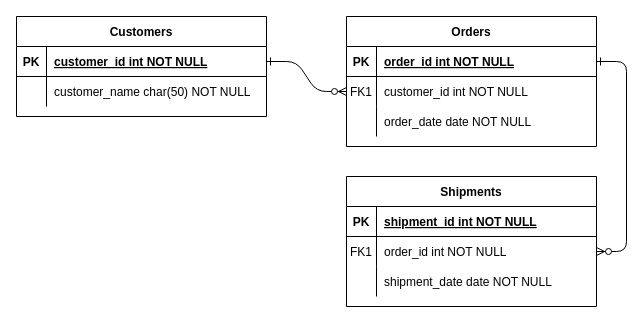
The draw.io diagram ER.drawio in Estadias-Fracc/ER, before the edit. Source tidied: cells renumbered, new cells numbered last; positions are measured from the earlier drawing's top-left corner, leaving out a move shared by most shapes. Both pictures are drawn from the tidied source at 100%, with x=0, y=0 at pixel (16, 16).
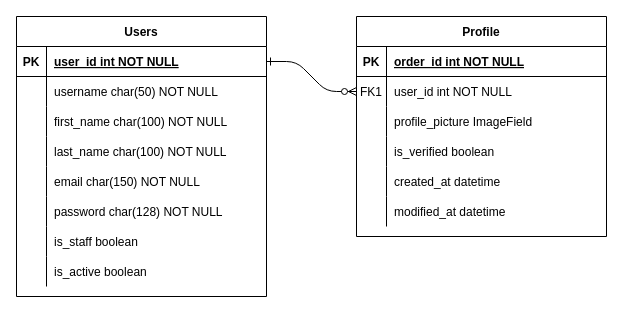
Above is the later version.

Unchanged cells that the change refers to:
```xml
<mxCell id="5" style="shape=partialRectangle;fillColor=none;points=[[0,0.5],[1,0.5]];portConstraint=eastwest;top=0;left=0;right=0;bottom=1;" parent="4" vertex="1">
  <mxGeometry y="30" width="250" height="30" as="geometry" />
</mxCell>
<mxCell id="8" style="shape=partialRectangle;fillColor=none;points=[[0,0.5],[1,0.5]];portConstraint=eastwest;top=0;left=0;right=0;bottom=0;" parent="4" vertex="1">
  <mxGeometry y="60" width="250" height="30" as="geometry" />
</mxCell>
<mxCell id="25" style="shape=partialRectangle;fillColor=none;points=[[0,0.5],[1,0.5]];portConstraint=eastwest;top=0;left=0;right=0;bottom=1;" parent="24" vertex="1">
  <mxGeometry y="30" width="250" height="30" as="geometry" />
</mxCell>
<mxCell id="28" style="shape=partialRectangle;fillColor=none;top=0;left=0;right=0;bottom=0;" parent="24" vertex="1">
  <mxGeometry y="60" width="250" height="30" as="geometry" />
</mxCell>
```

What changed in the source:
```diff
@@
-    <mxCell id="3" style="edgeStyle=entityRelationEdgeStyle;endArrow=ERzeroToMany;startArrow=ERone;endFill=1;startFill=0;" parent="1" edge="1" source="5" target="18">
-      <mxGeometry relative="1" as="geometry" />
-    </mxCell>
-    <mxCell id="4" value="Orders" style="shape=table;startSize=30;childLayout=tableLayout;rowLines=0;fontStyle=1;align=center;" parent="1" vertex="1">
-      <mxGeometry x="330" width="250" height="130" as="geometry" />
+    <mxCell id="4" value="Profile" style="shape=table;startSize=30;childLayout=tableLayout;rowLines=0;fontStyle=1;align=center;" parent="1" vertex="1">
+      <mxGeometry x="340" width="250" height="220" as="geometry" />
     </mxCell>
@@
-    <mxCell id="10" value="customer_id int NOT NULL" style="shape=partialRectangle;overflow=hidden;fillColor=none;top=0;left=0;bottom=0;right=0;align=left;spacingLeft=6;" parent="8" vertex="1">
+    <mxCell id="10" value="user_id int NOT NULL" style="shape=partialRectangle;overflow=hidden;fillColor=none;top=0;left=0;bottom=0;right=0;align=left;spacingLeft=6;" parent="8" vertex="1">
       <mxGeometry x="30" width="220" height="30" as="geometry" />
     </mxCell>
-    <mxCell id="11" style="shape=partialRectangle;fillColor=none;top=0;left=0;right=0;bottom=0;" parent="4" vertex="1">
-      <mxGeometry y="90" width="250" height="30" as="geometry" />
-    </mxCell>
-    <mxCell id="12" style="shape=partialRectangle;overflow=hidden;fillColor=none;top=0;left=0;bottom=0;right=0;" parent="11" vertex="1">
-      <mxGeometry width="30" height="30" as="geometry" />
-    </mxCell>
-    <mxCell id="13" value="order_date date NOT NULL" style="shape=partialRectangle;overflow=hidden;fillColor=none;top=0;left=0;bottom=0;right=0;align=left;spacingLeft=6;" parent="11" vertex="1">
-      <mxGeometry x="30" width="220" height="30" as="geometry" />
-    </mxCell>
-    <mxCell id="14" value="Shipments" style="shape=table;startSize=30;childLayout=tableLayout;rowLines=0;fontStyle=1;align=center;" parent="1" vertex="1">
-      <mxGeometry x="330" y="160" width="250" height="130" as="geometry" />
-    </mxCell>
-    <mxCell id="15" style="shape=partialRectangle;fillColor=none;top=0;left=0;right=0;bottom=1;" parent="14" vertex="1">
-      <mxGeometry y="30" width="250" height="30" as="geometry" />
-    </mxCell>
-    <mxCell id="16" value="PK" style="shape=partialRectangle;overflow=hidden;fillColor=none;top=0;left=0;bottom=0;right=0;fontStyle=1;" parent="15" vertex="1">
-      <mxGeometry width="30" height="30" as="geometry" />
-    </mxCell>
-    <mxCell id="17" value="shipment_id int NOT NULL " style="shape=partialRectangle;overflow=hidden;fillColor=none;top=0;left=0;bottom=0;right=0;align=left;spacingLeft=6;fontStyle=5;" parent="15" vertex="1">
-      <mxGeometry x="30" width="220" height="30" as="geometry" />
-    </mxCell>
-    <mxCell id="18" style="shape=partialRectangle;fillColor=none;points=[[0,0.5],[1,0.5]];portConstraint=eastwest;top=0;left=0;right=0;bottom=0;" parent="14" vertex="1">
-      <mxGeometry y="60" width="250" height="30" as="geometry" />
-    </mxCell>
-    <mxCell id="19" value="FK1" style="shape=partialRectangle;overflow=hidden;fillColor=none;top=0;left=0;bottom=0;right=0;" parent="18" vertex="1">
-      <mxGeometry width="30" height="30" as="geometry" />
-    </mxCell>
-    <mxCell id="20" value="order_id int NOT NULL" style="shape=partialRectangle;overflow=hidden;fillColor=none;top=0;left=0;bottom=0;right=0;align=left;spacingLeft=6;" parent="18" vertex="1">
-      <mxGeometry x="30" width="220" height="30" as="geometry" />
-    </mxCell>
-    <mxCell id="21" style="shape=partialRectangle;fillColor=none;top=0;left=0;right=0;bottom=0;" parent="14" vertex="1">
-      <mxGeometry y="90" width="250" height="30" as="geometry" />
-    </mxCell>
-    <mxCell id="22" style="shape=partialRectangle;overflow=hidden;fillColor=none;top=0;left=0;bottom=0;right=0;" parent="21" vertex="1">
-      <mxGeometry width="30" height="30" as="geometry" />
-    </mxCell>
-    <mxCell id="23" value="shipment_date date NOT NULL" style="shape=partialRectangle;overflow=hidden;fillColor=none;top=0;left=0;bottom=0;right=0;align=left;spacingLeft=6;" parent="21" vertex="1">
-      <mxGeometry x="30" width="220" height="30" as="geometry" />
-    </mxCell>
+    <mxCell id="31" style="shape=partialRectangle;fillColor=none;top=0;left=0;right=0;bottom=0;" parent="4" vertex="1">
+      <mxGeometry y="90" width="250" height="30" as="geometry" />
+    </mxCell>
+    <mxCell id="32" style="shape=partialRectangle;overflow=hidden;fillColor=none;top=0;left=0;bottom=0;right=0;" parent="31" vertex="1">
+      <mxGeometry width="30" height="30" as="geometry" />
+    </mxCell>
+    <mxCell id="33" value="profile_picture ImageField" style="shape=partialRectangle;overflow=hidden;fillColor=none;top=0;left=0;bottom=0;right=0;align=left;spacingLeft=6;" parent="31" vertex="1">
+      <mxGeometry x="30" width="220" height="30" as="geometry" />
+    </mxCell>
+    <mxCell id="34" style="shape=partialRectangle;fillColor=none;top=0;left=0;right=0;bottom=0;" parent="4" vertex="1">
+      <mxGeometry y="120" width="250" height="30" as="geometry" />
+    </mxCell>
+    <mxCell id="35" style="shape=partialRectangle;overflow=hidden;fillColor=none;top=0;left=0;bottom=0;right=0;" parent="34" vertex="1">
+      <mxGeometry width="30" height="30" as="geometry" />
+    </mxCell>
+    <mxCell id="36" value="is_verified boolean " style="shape=partialRectangle;overflow=hidden;fillColor=none;top=0;left=0;bottom=0;right=0;align=left;spacingLeft=6;" parent="34" vertex="1">
+      <mxGeometry x="30" width="220" height="30" as="geometry" />
+    </mxCell>
+    <mxCell id="37" style="shape=partialRectangle;fillColor=none;top=0;left=0;right=0;bottom=0;" parent="4" vertex="1">
+      <mxGeometry y="150" width="250" height="30" as="geometry" />
+    </mxCell>
+    <mxCell id="38" style="shape=partialRectangle;overflow=hidden;fillColor=none;top=0;left=0;bottom=0;right=0;" parent="37" vertex="1">
+      <mxGeometry width="30" height="30" as="geometry" />
+    </mxCell>
+    <mxCell id="39" value="created_at datetime" style="shape=partialRectangle;overflow=hidden;fillColor=none;top=0;left=0;bottom=0;right=0;align=left;spacingLeft=6;" parent="37" vertex="1">
+      <mxGeometry x="30" width="220" height="30" as="geometry" />
+    </mxCell>
+    <mxCell id="40" style="shape=partialRectangle;fillColor=none;top=0;left=0;right=0;bottom=0;" parent="4" vertex="1">
+      <mxGeometry y="180" width="250" height="30" as="geometry" />
+    </mxCell>
+    <mxCell id="41" style="shape=partialRectangle;overflow=hidden;fillColor=none;top=0;left=0;bottom=0;right=0;" parent="40" vertex="1">
+      <mxGeometry width="30" height="30" as="geometry" />
+    </mxCell>
+    <mxCell id="42" value="modified_at datetime" style="shape=partialRectangle;overflow=hidden;fillColor=none;top=0;left=0;bottom=0;right=0;align=left;spacingLeft=6;" parent="40" vertex="1">
+      <mxGeometry x="30" width="220" height="30" as="geometry" />
+    </mxCell>
-    <mxCell id="24" value="Customers" style="shape=table;startSize=30;childLayout=tableLayout;rowLines=0;fontStyle=1;align=center;" parent="1" vertex="1">
-      <mxGeometry width="250" height="100" as="geometry" />
+    <mxCell id="24" value="Users" style="shape=table;startSize=30;childLayout=tableLayout;rowLines=0;fontStyle=1;align=center;" parent="1" vertex="1">
+      <mxGeometry width="250" height="280" as="geometry" />
     </mxCell>
@@
-    <mxCell id="27" value="customer_id int NOT NULL " style="shape=partialRectangle;overflow=hidden;fillColor=none;top=0;left=0;bottom=0;right=0;align=left;spacingLeft=6;fontStyle=5;" parent="25" vertex="1">
+    <mxCell id="27" value="user_id int NOT NULL " style="shape=partialRectangle;overflow=hidden;fillColor=none;top=0;left=0;bottom=0;right=0;align=left;spacingLeft=6;fontStyle=5;" parent="25" vertex="1">
       <mxGeometry x="30" width="220" height="30" as="geometry" />
     </mxCell>
@@
-    <mxCell id="30" value="customer_name char(50) NOT NULL" style="shape=partialRectangle;overflow=hidden;fillColor=none;top=0;left=0;bottom=0;right=0;align=left;spacingLeft=6;" parent="28" vertex="1">
+    <mxCell id="30" value="username char(50) NOT NULL" style="shape=partialRectangle;overflow=hidden;fillColor=none;top=0;left=0;bottom=0;right=0;align=left;spacingLeft=6;" parent="28" vertex="1">
       <mxGeometry x="30" width="220" height="30" as="geometry" />
     </mxCell>
+    <mxCell id="43" style="shape=partialRectangle;fillColor=none;top=0;left=0;right=0;bottom=0;" parent="24" vertex="1">
+      <mxGeometry y="90" width="250" height="30" as="geometry" />
+    </mxCell>
+    <mxCell id="44" style="shape=partialRectangle;overflow=hidden;fillColor=none;top=0;left=0;bottom=0;right=0;" parent="43" vertex="1">
+      <mxGeometry width="30" height="30" as="geometry" />
+    </mxCell>
+    <mxCell id="45" value="first_name char(100) NOT NULL" style="shape=partialRectangle;overflow=hidden;fillColor=none;top=0;left=0;bottom=0;right=0;align=left;spacingLeft=6;" parent="43" vertex="1">
+      <mxGeometry x="30" width="220" height="30" as="geometry" />
+    </mxCell>
+    <mxCell id="46" style="shape=partialRectangle;fillColor=none;top=0;left=0;right=0;bottom=0;" parent="24" vertex="1">
+      <mxGeometry y="120" width="250" height="30" as="geometry" />
+    </mxCell>
+    <mxCell id="47" style="shape=partialRectangle;overflow=hidden;fillColor=none;top=0;left=0;bottom=0;right=0;" parent="46" vertex="1">
+      <mxGeometry width="30" height="30" as="geometry" />
+    </mxCell>
+    <mxCell id="48" value="last_name char(100) NOT NULL" style="shape=partialRectangle;overflow=hidden;fillColor=none;top=0;left=0;bottom=0;right=0;align=left;spacingLeft=6;" parent="46" vertex="1">
+      <mxGeometry x="30" width="220" height="30" as="geometry" />
+    </mxCell>
+    <mxCell id="49" style="shape=partialRectangle;fillColor=none;top=0;left=0;right=0;bottom=0;" parent="24" vertex="1">
+      <mxGeometry y="150" width="250" height="30" as="geometry" />
+    </mxCell>
+    <mxCell id="50" style="shape=partialRectangle;overflow=hidden;fillColor=none;top=0;left=0;bottom=0;right=0;" parent="49" vertex="1">
+      <mxGeometry width="30" height="30" as="geometry" />
+    </mxCell>
+    <mxCell id="51" value="email char(150) NOT NULL" style="shape=partialRectangle;overflow=hidden;fillColor=none;top=0;left=0;bottom=0;right=0;align=left;spacingLeft=6;" parent="49" vertex="1">
+      <mxGeometry x="30" width="220" height="30" as="geometry" />
+    </mxCell>
+    <mxCell id="52" style="shape=partialRectangle;fillColor=none;top=0;left=0;right=0;bottom=0;" parent="24" vertex="1">
+      <mxGeometry y="180" width="250" height="30" as="geometry" />
+    </mxCell>
+    <mxCell id="53" style="shape=partialRectangle;overflow=hidden;fillColor=none;top=0;left=0;bottom=0;right=0;" parent="52" vertex="1">
+      <mxGeometry width="30" height="30" as="geometry" />
+    </mxCell>
+    <mxCell id="54" value="password char(128) NOT NULL" style="shape=partialRectangle;overflow=hidden;fillColor=none;top=0;left=0;bottom=0;right=0;align=left;spacingLeft=6;" parent="52" vertex="1">
+      <mxGeometry x="30" width="220" height="30" as="geometry" />
+    </mxCell>
+    <mxCell id="55" style="shape=partialRectangle;fillColor=none;top=0;left=0;right=0;bottom=0;" parent="24" vertex="1">
+      <mxGeometry y="210" width="250" height="30" as="geometry" />
+    </mxCell>
+    <mxCell id="56" style="shape=partialRectangle;overflow=hidden;fillColor=none;top=0;left=0;bottom=0;right=0;" parent="55" vertex="1">
+      <mxGeometry width="30" height="30" as="geometry" />
+    </mxCell>
+    <mxCell id="57" value="is_staff boolean" style="shape=partialRectangle;overflow=hidden;fillColor=none;top=0;left=0;bottom=0;right=0;align=left;spacingLeft=6;" parent="55" vertex="1">
+      <mxGeometry x="30" width="220" height="30" as="geometry" />
+    </mxCell>
+    <mxCell id="58" style="shape=partialRectangle;fillColor=none;top=0;left=0;right=0;bottom=0;" parent="24" vertex="1">
+      <mxGeometry y="240" width="250" height="30" as="geometry" />
+    </mxCell>
+    <mxCell id="59" style="shape=partialRectangle;overflow=hidden;fillColor=none;top=0;left=0;bottom=0;right=0;" parent="58" vertex="1">
+      <mxGeometry width="30" height="30" as="geometry" />
+    </mxCell>
+    <mxCell id="60" value="is_active boolean" style="shape=partialRectangle;overflow=hidden;fillColor=none;top=0;left=0;bottom=0;right=0;align=left;spacingLeft=6;" parent="58" vertex="1">
+      <mxGeometry x="30" width="220" height="30" as="geometry" />
+    </mxCell>
```
